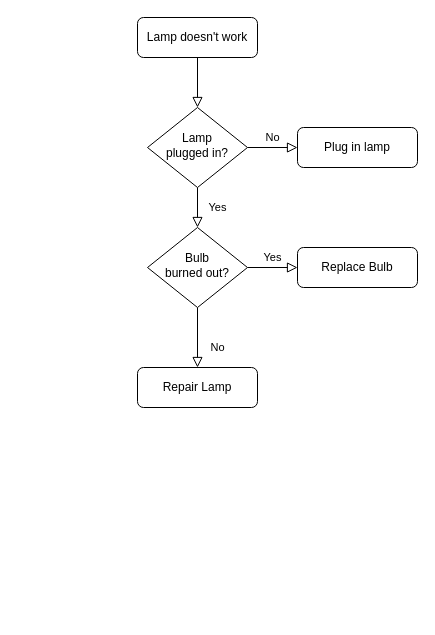
IBBlank/Planning keeps this draw.io diagram as planning/Diagram Computer My World.drawio. Above is the earlier version. Source tidied: cells renumbered, new cells numbered last; positions are measured from the earlier drawing's top-left corner, leaving out a move shared by most shapes. Both pictures are drawn from the tidied source at 100%, with x=0, y=0 at pixel (137, 17).
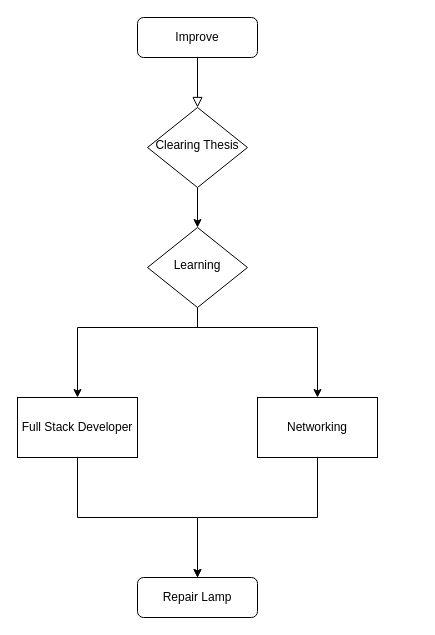
After the change.

Commit message:
Update Diagram Computer My World

Change to the diagram source:
```diff
@@
 <mxGraphModel>
   <root>
     <mxCell id="0" />
     <mxCell id="1" parent="0" />
     <mxCell id="2" style="rounded=0;html=1;jettySize=auto;fontSize=11;endArrow=block;endFill=0;endSize=8;strokeWidth=1;shadow=0;labelBackgroundColor=none;edgeStyle=orthogonalEdgeStyle;" parent="1" edge="1" source="3" target="6">
       <mxGeometry relative="1" as="geometry" />
     </mxCell>
-    <mxCell id="3" value="Lamp doesn't work" style="rounded=1;whiteSpace=wrap;html=1;fontSize=12;glass=0;strokeWidth=1;shadow=0;" parent="1" vertex="1">
+    <mxCell id="3" value="Improve" style="rounded=1;whiteSpace=wrap;html=1;fontSize=12;glass=0;strokeWidth=1;shadow=0;" parent="1" vertex="1">
       <mxGeometry width="120" height="40" as="geometry" />
     </mxCell>
-    <mxCell id="4" value="Yes" style="rounded=0;html=1;jettySize=auto;fontSize=11;endArrow=block;endFill=0;endSize=8;strokeWidth=1;shadow=0;labelBackgroundColor=none;edgeStyle=orthogonalEdgeStyle;" parent="1" edge="1" source="6" target="10">
-      <mxGeometry y="20" relative="1" as="geometry" />
+    <mxCell id="4" style="edgeStyle=orthogonalEdgeStyle;rounded=0;jettySize=auto;html=1;entryX=0.5;entryY=0;entryDx=0;entryDy=0;" parent="1" edge="1" source="6" target="10">
+      <mxGeometry relative="1" as="geometry" />
     </mxCell>
-    <mxCell id="5" value="No" style="edgeStyle=orthogonalEdgeStyle;rounded=0;html=1;jettySize=auto;fontSize=11;endArrow=block;endFill=0;endSize=8;strokeWidth=1;shadow=0;labelBackgroundColor=none;" parent="1" edge="1" source="6" target="7">
-      <mxGeometry y="10" relative="1" as="geometry" />
-    </mxCell>
-    <mxCell id="6" value="Lamp&lt;br&gt;plugged in?" style="rhombus;whiteSpace=wrap;html=1;shadow=0;fontFamily=Helvetica;fontSize=12;align=center;strokeWidth=1;spacing=6;spacingTop=-4;" parent="1" vertex="1">
+    <mxCell id="6" value="Clearing Thesis" style="rhombus;whiteSpace=wrap;html=1;shadow=0;fontFamily=Helvetica;fontSize=12;align=center;strokeWidth=1;spacing=6;spacingTop=-4;" parent="1" vertex="1">
       <mxGeometry x="10" y="90" width="100" height="80" as="geometry" />
     </mxCell>
-    <mxCell id="7" value="Plug in lamp" style="rounded=1;whiteSpace=wrap;html=1;fontSize=12;glass=0;strokeWidth=1;shadow=0;" parent="1" vertex="1">
-      <mxGeometry x="160" y="110" width="120" height="40" as="geometry" />
-    </mxCell>
-    <mxCell id="8" value="No" style="rounded=0;html=1;jettySize=auto;fontSize=11;endArrow=block;endFill=0;endSize=8;strokeWidth=1;shadow=0;labelBackgroundColor=none;edgeStyle=orthogonalEdgeStyle;" parent="1" edge="1" source="10" target="11">
-      <mxGeometry x="0.33" y="20" relative="1" as="geometry" />
-    </mxCell>
-    <mxCell id="9" value="Yes" style="edgeStyle=orthogonalEdgeStyle;rounded=0;html=1;jettySize=auto;fontSize=11;endArrow=block;endFill=0;endSize=8;strokeWidth=1;shadow=0;labelBackgroundColor=none;" parent="1" edge="1" source="10" target="12">
-      <mxGeometry y="10" relative="1" as="geometry" />
-    </mxCell>
+    <mxCell id="13" style="edgeStyle=orthogonalEdgeStyle;rounded=0;jettySize=auto;html=1;entryX=0.5;entryY=0;entryDx=0;entryDy=0;" parent="1" edge="1" source="10" target="16">
+      <mxGeometry relative="1" as="geometry">
+        <Array as="points">
+          <mxPoint x="60" y="310" />
+          <mxPoint x="-60" y="310" />
+        </Array>
+      </mxGeometry>
+    </mxCell>
+    <mxCell id="14" style="edgeStyle=orthogonalEdgeStyle;rounded=0;jettySize=auto;html=1;entryX=0.5;entryY=0;entryDx=0;entryDy=0;" parent="1" edge="1" source="10" target="18">
+      <mxGeometry relative="1" as="geometry">
+        <Array as="points">
+          <mxPoint x="60" y="310" />
+          <mxPoint x="180" y="310" />
+        </Array>
+      </mxGeometry>
+    </mxCell>
-    <mxCell id="10" value="Bulb&lt;br&gt;burned out?" style="rhombus;whiteSpace=wrap;html=1;shadow=0;fontFamily=Helvetica;fontSize=12;align=center;strokeWidth=1;spacing=6;spacingTop=-4;" parent="1" vertex="1">
+    <mxCell id="10" value="Learning&lt;br&gt;" style="rhombus;whiteSpace=wrap;html=1;shadow=0;fontFamily=Helvetica;fontSize=12;align=center;strokeWidth=1;spacing=6;spacingTop=-4;" parent="1" vertex="1">
       <mxGeometry x="10" y="210" width="100" height="80" as="geometry" />
     </mxCell>
     <mxCell id="11" value="Repair Lamp" style="rounded=1;whiteSpace=wrap;html=1;fontSize=12;glass=0;strokeWidth=1;shadow=0;" parent="1" vertex="1">
-      <mxGeometry y="350" width="120" height="40" as="geometry" />
+      <mxGeometry y="560" width="120" height="40" as="geometry" />
     </mxCell>
-    <mxCell id="12" value="Replace Bulb" style="rounded=1;whiteSpace=wrap;html=1;fontSize=12;glass=0;strokeWidth=1;shadow=0;" parent="1" vertex="1">
-      <mxGeometry x="160" y="230" width="120" height="40" as="geometry" />
-    </mxCell>
+    <mxCell id="15" style="edgeStyle=orthogonalEdgeStyle;rounded=0;jettySize=auto;html=1;entryX=0.5;entryY=0;entryDx=0;entryDy=0;" parent="1" edge="1" source="16" target="11">
+      <mxGeometry relative="1" as="geometry" />
+    </mxCell>
+    <mxCell id="16" value="Full Stack Developer" style="rounded=0;whiteSpace=wrap;html=1;" parent="1" vertex="1">
+      <mxGeometry x="-120" y="380" width="120" height="60" as="geometry" />
+    </mxCell>
+    <mxCell id="17" style="edgeStyle=orthogonalEdgeStyle;rounded=0;jettySize=auto;html=1;entryX=0.5;entryY=0;entryDx=0;entryDy=0;" parent="1" edge="1" source="18" target="11">
+      <mxGeometry relative="1" as="geometry" />
+    </mxCell>
+    <mxCell id="18" value="Networking" style="rounded=0;whiteSpace=wrap;html=1;" parent="1" vertex="1">
+      <mxGeometry x="120" y="380" width="120" height="60" as="geometry" />
+    </mxCell>
   </root>
 </mxGraphModel>
```
